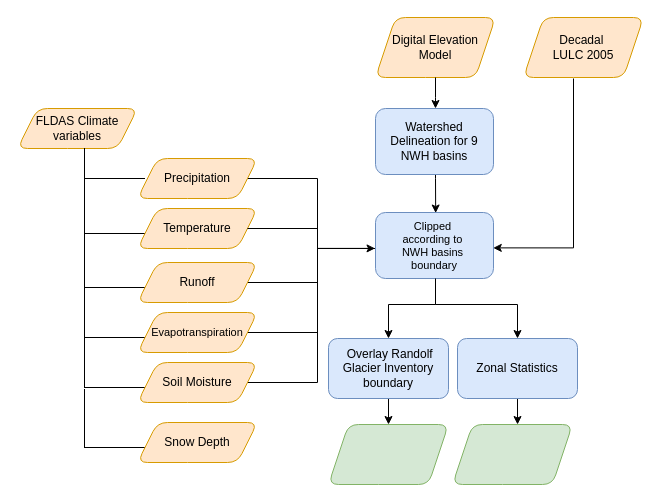
Before: NWH_Flowchart.drawio in rachitiirs/IIRS_WRD_JRF, a draw.io diagram. Source tidied: cells renumbered, new cells numbered last; positions are measured from the earlier drawing's top-left corner, leaving out a move shared by most shapes. Both pictures are drawn from the tidied source at 100%, with x=0, y=0 at pixel (17, 17).
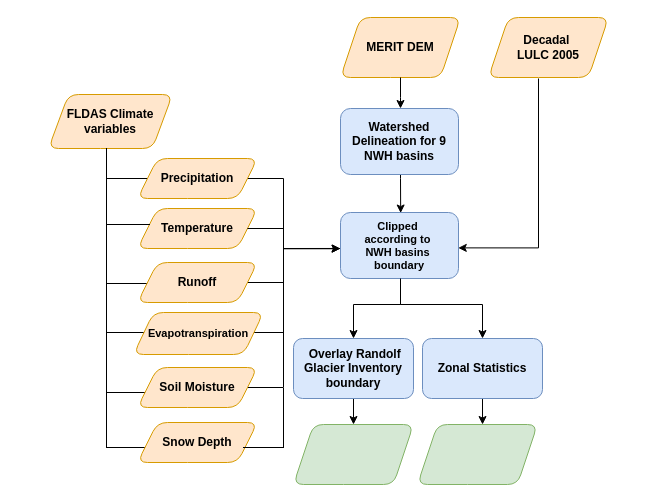
Above is the later version.

Diff of the diagram source:
```diff
@@
-    <mxCell id="2" value="FLDAS Climate variables" style="shape=parallelogram;perimeter=parallelogramPerimeter;whiteSpace=wrap;html=1;fixedSize=1;rounded=1;glass=0;strokeWidth=1;shadow=0;fillColor=#ffe6cc;strokeColor=#d79b00;" parent="1" vertex="1">
-      <mxGeometry y="91" width="120" height="40" as="geometry" />
+    <mxCell id="2" value="FLDAS Climate variables" style="shape=parallelogram;perimeter=parallelogramPerimeter;whiteSpace=wrap;html=1;fixedSize=1;rounded=1;glass=0;strokeWidth=1;shadow=0;fillColor=#ffe6cc;strokeColor=#d79b00;fontStyle=1;" parent="1" vertex="1">
+      <mxGeometry x="31" y="77" width="124" height="54" as="geometry" />
     </mxCell>
-    <mxCell id="3" style="shape=partialRectangle;whiteSpace=wrap;html=1;bottom=0;right=0;fillColor=none;rotation=-90;" parent="1" vertex="1">
-      <mxGeometry x="82" y="116" width="30" height="60" as="geometry" />
+    <mxCell id="3" style="shape=partialRectangle;whiteSpace=wrap;html=1;bottom=0;right=0;fillColor=none;rotation=-90;fontStyle=1;" parent="1" vertex="1">
+      <mxGeometry x="104" y="116" width="30" height="60" as="geometry" />
     </mxCell>
-    <mxCell id="4" style="edgeStyle=orthogonalEdgeStyle;rounded=0;jettySize=auto;html=1;entryX=0;entryY=0.5;entryDx=0;entryDy=0;" parent="1" edge="1" source="5">
+    <mxCell id="4" style="edgeStyle=orthogonalEdgeStyle;rounded=0;jettySize=auto;html=1;entryX=0;entryY=0.5;entryDx=0;entryDy=0;fontStyle=1;" parent="1" edge="1" source="5">
       <mxGeometry relative="1" as="geometry">
         <mxPoint x="368" y="231" as="targetPoint" />
         <Array as="points">
-          <mxPoint x="300" y="161" />
-          <mxPoint x="300" y="231" />
+          <mxPoint x="266" y="161" />
+          <mxPoint x="266" y="231" />
         </Array>
       </mxGeometry>
     </mxCell>
-    <mxCell id="5" value="Precipitation" style="shape=parallelogram;perimeter=parallelogramPerimeter;whiteSpace=wrap;html=1;fixedSize=1;rounded=1;glass=0;strokeWidth=1;shadow=0;fillColor=#ffe6cc;strokeColor=#d79b00;" parent="1" vertex="1">
+    <mxCell id="5" value="Precipitation" style="shape=parallelogram;perimeter=parallelogramPerimeter;whiteSpace=wrap;html=1;fixedSize=1;rounded=1;glass=0;strokeWidth=1;shadow=0;fillColor=#ffe6cc;strokeColor=#d79b00;fontStyle=1;" parent="1" vertex="1">
       <mxGeometry x="120" y="141" width="120" height="40" as="geometry" />
     </mxCell>
-    <mxCell id="6" style="shape=partialRectangle;whiteSpace=wrap;html=1;bottom=0;right=0;fillColor=none;rotation=-90;" parent="1" vertex="1">
-      <mxGeometry x="68" y="157" width="58" height="60" as="geometry" />
-    </mxCell>
-    <mxCell id="7" value="Temperature" style="shape=parallelogram;perimeter=parallelogramPerimeter;whiteSpace=wrap;html=1;fixedSize=1;rounded=1;glass=0;strokeWidth=1;shadow=0;fillColor=#ffe6cc;strokeColor=#d79b00;" parent="1" vertex="1">
+    <mxCell id="7" value="Temperature" style="shape=parallelogram;perimeter=parallelogramPerimeter;whiteSpace=wrap;html=1;fixedSize=1;rounded=1;glass=0;strokeWidth=1;shadow=0;fillColor=#ffe6cc;strokeColor=#d79b00;fontStyle=1;" parent="1" vertex="1">
       <mxGeometry x="120" y="191" width="120" height="40" as="geometry" />
     </mxCell>
-    <mxCell id="8" style="shape=partialRectangle;whiteSpace=wrap;html=1;bottom=0;right=0;fillColor=none;rotation=-90;" parent="1" vertex="1">
-      <mxGeometry x="68" y="211" width="58" height="60" as="geometry" />
+    <mxCell id="8" style="shape=partialRectangle;whiteSpace=wrap;html=1;bottom=0;right=0;fillColor=none;rotation=-90;fontStyle=1;" parent="1" vertex="1">
+      <mxGeometry x="90" y="207" width="58" height="60" as="geometry" />
     </mxCell>
-    <mxCell id="9" style="edgeStyle=orthogonalEdgeStyle;rounded=0;jettySize=auto;html=1;" parent="1" edge="1" source="10">
+    <mxCell id="9" style="edgeStyle=orthogonalEdgeStyle;rounded=0;jettySize=auto;html=1;fontStyle=1;" parent="1" edge="1" source="10">
       <mxGeometry relative="1" as="geometry">
         <mxPoint x="368" y="231" as="targetPoint" />
         <Array as="points">
-          <mxPoint x="300" y="265" />
-          <mxPoint x="300" y="231" />
+          <mxPoint x="266" y="265" />
+          <mxPoint x="266" y="231" />
         </Array>
       </mxGeometry>
     </mxCell>
-    <mxCell id="10" value="Runoff" style="shape=parallelogram;perimeter=parallelogramPerimeter;whiteSpace=wrap;html=1;fixedSize=1;rounded=1;glass=0;strokeWidth=1;shadow=0;fillColor=#ffe6cc;strokeColor=#d79b00;" parent="1" vertex="1">
+    <mxCell id="10" value="Runoff" style="shape=parallelogram;perimeter=parallelogramPerimeter;whiteSpace=wrap;html=1;fixedSize=1;rounded=1;glass=0;strokeWidth=1;shadow=0;fillColor=#ffe6cc;strokeColor=#d79b00;fontStyle=1;" parent="1" vertex="1">
       <mxGeometry x="120" y="245" width="120" height="40" as="geometry" />
     </mxCell>
-    <mxCell id="11" style="shape=partialRectangle;whiteSpace=wrap;html=1;bottom=0;right=0;fillColor=none;rotation=-90;" parent="1" vertex="1">
-      <mxGeometry x="68" y="261" width="58" height="60" as="geometry" />
+    <mxCell id="11" style="shape=partialRectangle;whiteSpace=wrap;html=1;bottom=0;right=0;fillColor=none;rotation=-90;fontStyle=1;" parent="1" vertex="1">
+      <mxGeometry x="90" y="256" width="58" height="60" as="geometry" />
     </mxCell>
-    <mxCell id="12" style="edgeStyle=orthogonalEdgeStyle;rounded=0;jettySize=auto;html=1;" parent="1" edge="1" source="13">
+    <mxCell id="12" style="edgeStyle=orthogonalEdgeStyle;rounded=0;jettySize=auto;html=1;fontStyle=1;entryX=-0.002;entryY=0.547;entryDx=0;entryDy=0;entryPerimeter=0;" parent="1" edge="1" source="13" target="30">
       <mxGeometry relative="1" as="geometry">
-        <mxPoint x="410" y="231" as="targetPoint" />
         <Array as="points">
-          <mxPoint x="300" y="315" />
-          <mxPoint x="300" y="231" />
+          <mxPoint x="266" y="315" />
+          <mxPoint x="266" y="231" />
         </Array>
       </mxGeometry>
     </mxCell>
-    <mxCell id="13" value="&lt;font style=&quot;font-size: 11px;&quot;&gt;Evapotranspiration&lt;/font&gt;" style="shape=parallelogram;perimeter=parallelogramPerimeter;whiteSpace=wrap;html=1;fixedSize=1;rounded=1;glass=0;strokeWidth=1;shadow=0;fillColor=#ffe6cc;strokeColor=#d79b00;" parent="1" vertex="1">
-      <mxGeometry x="120" y="295" width="120" height="40" as="geometry" />
+    <mxCell id="13" value="&lt;font style=&quot;font-size: 11px;&quot;&gt;Evapotranspiration&lt;/font&gt;" style="shape=parallelogram;perimeter=parallelogramPerimeter;whiteSpace=wrap;html=1;fixedSize=1;rounded=1;glass=0;strokeWidth=1;shadow=0;fillColor=#ffe6cc;strokeColor=#d79b00;fontStyle=1;" parent="1" vertex="1">
+      <mxGeometry x="116" y="295" width="130" height="42" as="geometry" />
     </mxCell>
-    <mxCell id="14" style="shape=partialRectangle;whiteSpace=wrap;html=1;bottom=0;right=0;fillColor=none;rotation=-90;" parent="1" vertex="1">
-      <mxGeometry x="68" y="311" width="58" height="60" as="geometry" />
+    <mxCell id="14" style="shape=partialRectangle;whiteSpace=wrap;html=1;bottom=0;right=0;fillColor=none;rotation=-90;fontStyle=1;" parent="1" vertex="1">
+      <mxGeometry x="86" y="312" width="66" height="60" as="geometry" />
     </mxCell>
-    <mxCell id="15" style="edgeStyle=orthogonalEdgeStyle;rounded=0;jettySize=auto;html=1;" parent="1" edge="1" source="16">
+    <mxCell id="15" style="edgeStyle=orthogonalEdgeStyle;rounded=0;jettySize=auto;html=1;fontStyle=1;entryX=-0.004;entryY=0.548;entryDx=0;entryDy=0;entryPerimeter=0;" parent="1" edge="1" source="16" target="30">
       <mxGeometry relative="1" as="geometry">
-        <mxPoint x="410" y="231" as="targetPoint" />
         <Array as="points">
-          <mxPoint x="300" y="365" />
-          <mxPoint x="300" y="231" />
+          <mxPoint x="266" y="370" />
+          <mxPoint x="266" y="231" />
         </Array>
       </mxGeometry>
     </mxCell>
-    <mxCell id="16" value="Soil Moisture" style="shape=parallelogram;perimeter=parallelogramPerimeter;whiteSpace=wrap;html=1;fixedSize=1;rounded=1;glass=0;strokeWidth=1;shadow=0;fillColor=#ffe6cc;strokeColor=#d79b00;" parent="1" vertex="1">
-      <mxGeometry x="120" y="345" width="120" height="40" as="geometry" />
+    <mxCell id="16" value="Soil Moisture" style="shape=parallelogram;perimeter=parallelogramPerimeter;whiteSpace=wrap;html=1;fixedSize=1;rounded=1;glass=0;strokeWidth=1;shadow=0;fillColor=#ffe6cc;strokeColor=#d79b00;fontStyle=1;" parent="1" vertex="1">
+      <mxGeometry x="120" y="350" width="120" height="40" as="geometry" />
     </mxCell>
-    <mxCell id="17" style="edgeStyle=orthogonalEdgeStyle;rounded=0;jettySize=auto;html=1;entryX=0.51;entryY=0.008;entryDx=0;entryDy=0;entryPerimeter=0;" parent="1" edge="1" target="30">
+    <mxCell id="17" style="edgeStyle=orthogonalEdgeStyle;rounded=0;jettySize=auto;html=1;entryX=0.51;entryY=0.008;entryDx=0;entryDy=0;entryPerimeter=0;fontStyle=1;" parent="1" edge="1" target="30">
       <mxGeometry relative="1" as="geometry">
-        <mxPoint x="418" y="141" as="sourcePoint" />
+        <mxPoint x="383" y="141" as="sourcePoint" />
         <Array as="points">
-          <mxPoint x="418" y="161" />
-          <mxPoint x="418" y="161" />
+          <mxPoint x="383" y="161" />
+          <mxPoint x="383" y="161" />
         </Array>
       </mxGeometry>
     </mxCell>
-    <mxCell id="18" style="edgeStyle=orthogonalEdgeStyle;rounded=0;jettySize=auto;html=1;entryX=0.5;entryY=0;entryDx=0;entryDy=0;" parent="1" edge="1" target="22">
+    <mxCell id="18" style="edgeStyle=orthogonalEdgeStyle;rounded=0;jettySize=auto;html=1;entryX=0.5;entryY=0;entryDx=0;entryDy=0;fontStyle=1;" parent="1" edge="1" target="22">
       <mxGeometry relative="1" as="geometry">
-        <mxPoint x="418" y="261" as="sourcePoint" />
+        <mxPoint x="383" y="261" as="sourcePoint" />
         <Array as="points">
-          <mxPoint x="418" y="287" />
-          <mxPoint x="500" y="287" />
+          <mxPoint x="383" y="287" />
+          <mxPoint x="465" y="287" />
         </Array>
       </mxGeometry>
     </mxCell>
-    <mxCell id="19" style="edgeStyle=orthogonalEdgeStyle;rounded=0;jettySize=auto;html=1;entryX=-0.004;entryY=0.544;entryDx=0;entryDy=0;entryPerimeter=0;exitX=1;exitY=0.5;exitDx=0;exitDy=0;" parent="1" edge="1" source="7" target="30">
+    <mxCell id="19" style="edgeStyle=orthogonalEdgeStyle;rounded=0;jettySize=auto;html=1;exitX=1;exitY=0.5;exitDx=0;exitDy=0;fontStyle=1;entryX=-0.003;entryY=0.545;entryDx=0;entryDy=0;entryPerimeter=0;" parent="1" edge="1" source="7" target="30">
       <mxGeometry relative="1" as="geometry">
         <Array as="points">
-          <mxPoint x="300" y="211" />
-          <mxPoint x="300" y="231" />
+          <mxPoint x="266" y="211" />
+          <mxPoint x="266" y="231" />
         </Array>
       </mxGeometry>
     </mxCell>
-    <mxCell id="20" style="shape=parallelogram;perimeter=parallelogramPerimeter;whiteSpace=wrap;html=1;fixedSize=1;rounded=1;glass=0;strokeWidth=1;shadow=0;fillColor=#d5e8d4;strokeColor=#82b366;" parent="1" vertex="1">
-      <mxGeometry x="435" y="407" width="120" height="60" as="geometry" />
+    <mxCell id="20" style="shape=parallelogram;perimeter=parallelogramPerimeter;whiteSpace=wrap;html=1;fixedSize=1;rounded=1;glass=0;strokeWidth=1;shadow=0;fillColor=#d5e8d4;strokeColor=#82b366;fontStyle=1;" parent="1" vertex="1">
+      <mxGeometry x="400" y="407" width="120" height="60" as="geometry" />
     </mxCell>
-    <mxCell id="21" style="edgeStyle=orthogonalEdgeStyle;rounded=0;jettySize=auto;html=1;entryX=0.542;entryY=0;entryDx=0;entryDy=0;entryPerimeter=0;" parent="1" edge="1" source="22" target="20">
+    <mxCell id="21" style="edgeStyle=orthogonalEdgeStyle;rounded=0;jettySize=auto;html=1;entryX=0.542;entryY=0;entryDx=0;entryDy=0;entryPerimeter=0;fontStyle=1;" parent="1" edge="1" source="22" target="20">
       <mxGeometry relative="1" as="geometry" />
     </mxCell>
-    <mxCell id="22" value="Zonal Statistics" style="whiteSpace=wrap;html=1;rounded=1;glass=0;strokeWidth=1;shadow=0;fillColor=#dae8fc;strokeColor=#6c8ebf;" parent="1" vertex="1">
-      <mxGeometry x="440" y="321" width="120" height="60" as="geometry" />
+    <mxCell id="22" value="Zonal Statistics" style="whiteSpace=wrap;html=1;rounded=1;glass=0;strokeWidth=1;shadow=0;fillColor=#dae8fc;strokeColor=#6c8ebf;fontStyle=1;" parent="1" vertex="1">
+      <mxGeometry x="405" y="321" width="120" height="60" as="geometry" />
     </mxCell>
-    <mxCell id="23" style="shape=partialRectangle;whiteSpace=wrap;html=1;bottom=0;right=0;fillColor=none;rotation=-90;" parent="1" vertex="1">
-      <mxGeometry x="68" y="371" width="58" height="60" as="geometry" />
+    <mxCell id="23" style="shape=partialRectangle;whiteSpace=wrap;html=1;bottom=0;right=0;fillColor=none;rotation=-90;fontStyle=1;" parent="1" vertex="1">
+      <mxGeometry x="90" y="371" width="58" height="60" as="geometry" />
     </mxCell>
-    <mxCell id="24" value="Snow Depth" style="shape=parallelogram;perimeter=parallelogramPerimeter;whiteSpace=wrap;html=1;fixedSize=1;rounded=1;glass=0;strokeWidth=1;shadow=0;fillColor=#ffe6cc;strokeColor=#d79b00;" parent="1" vertex="1">
+    <mxCell id="24" value="Snow Depth" style="shape=parallelogram;perimeter=parallelogramPerimeter;whiteSpace=wrap;html=1;fixedSize=1;rounded=1;glass=0;strokeWidth=1;shadow=0;fillColor=#ffe6cc;strokeColor=#d79b00;fontStyle=1;" parent="1" vertex="1">
       <mxGeometry x="120" y="405" width="120" height="40" as="geometry" />
     </mxCell>
-    <mxCell id="25" style="edgeStyle=orthogonalEdgeStyle;rounded=0;jettySize=auto;html=1;entryX=0.998;entryY=0.536;entryDx=0;entryDy=0;entryPerimeter=0;" parent="1" edge="1" target="30">
+    <mxCell id="25" style="edgeStyle=orthogonalEdgeStyle;rounded=0;jettySize=auto;html=1;entryX=0.998;entryY=0.536;entryDx=0;entryDy=0;entryPerimeter=0;fontStyle=1;" parent="1" edge="1" target="30">
       <mxGeometry relative="1" as="geometry">
-        <mxPoint x="556" y="61" as="sourcePoint" />
+        <mxPoint x="521" y="61" as="sourcePoint" />
         <Array as="points">
-          <mxPoint x="556" y="231" />
-          <mxPoint x="476" y="231" />
+          <mxPoint x="521" y="231" />
+          <mxPoint x="441" y="231" />
         </Array>
       </mxGeometry>
     </mxCell>
-    <mxCell id="26" style="shape=parallelogram;perimeter=parallelogramPerimeter;whiteSpace=wrap;html=1;fixedSize=1;rounded=1;glass=0;strokeWidth=1;shadow=0;fillColor=#d5e8d4;strokeColor=#82b366;" parent="1" vertex="1">
-      <mxGeometry x="311" y="407" width="120" height="60" as="geometry" />
+    <mxCell id="26" style="shape=parallelogram;perimeter=parallelogramPerimeter;whiteSpace=wrap;html=1;fixedSize=1;rounded=1;glass=0;strokeWidth=1;shadow=0;fillColor=#d5e8d4;strokeColor=#82b366;fontStyle=1;" parent="1" vertex="1">
+      <mxGeometry x="276" y="407" width="120" height="60" as="geometry" />
     </mxCell>
-    <mxCell id="27" value="Digital Elevation Model" style="shape=parallelogram;perimeter=parallelogramPerimeter;whiteSpace=wrap;html=1;fixedSize=1;rounded=1;glass=0;strokeWidth=1;shadow=0;fillColor=#ffe6cc;strokeColor=#d79b00;" parent="1" vertex="1">
-      <mxGeometry x="358" width="120" height="60" as="geometry" />
+    <mxCell id="27" value="&lt;div&gt;MERIT DEM&lt;/div&gt;" style="shape=parallelogram;perimeter=parallelogramPerimeter;whiteSpace=wrap;html=1;fixedSize=1;rounded=1;glass=0;strokeWidth=1;shadow=0;fillColor=#ffe6cc;strokeColor=#d79b00;fontStyle=1;" parent="1" vertex="1">
+      <mxGeometry x="323" width="120" height="60" as="geometry" />
     </mxCell>
-    <mxCell id="28" style="edgeStyle=orthogonalEdgeStyle;rounded=0;jettySize=auto;html=1;entryX=0.592;entryY=-0.067;entryDx=0;entryDy=0;entryPerimeter=0;" parent="1" edge="1" source="27">
+    <mxCell id="28" style="edgeStyle=orthogonalEdgeStyle;rounded=0;jettySize=auto;html=1;entryX=0.592;entryY=-0.067;entryDx=0;entryDy=0;entryPerimeter=0;fontStyle=1;" parent="1" edge="1" source="27">
       <mxGeometry relative="1" as="geometry">
-        <mxPoint x="418" y="91" as="targetPoint" />
+        <mxPoint x="383" y="91" as="targetPoint" />
       </mxGeometry>
     </mxCell>
-    <mxCell id="29" value="Watershed Delineation for 9 NWH basins" style="rounded=1;whiteSpace=wrap;html=1;fontSize=12;glass=0;strokeWidth=1;shadow=0;fillColor=#dae8fc;strokeColor=#6c8ebf;" parent="1" vertex="1">
-      <mxGeometry x="358" y="91" width="118" height="66" as="geometry" />
+    <mxCell id="29" value="Watershed Delineation for 9 NWH basins" style="rounded=1;whiteSpace=wrap;html=1;fontSize=12;glass=0;strokeWidth=1;shadow=0;fillColor=#dae8fc;strokeColor=#6c8ebf;fontStyle=1;" parent="1" vertex="1">
+      <mxGeometry x="323" y="91" width="118" height="66" as="geometry" />
     </mxCell>
-    <mxCell id="30" value="&lt;font style=&quot;font-size: 11px;&quot;&gt;Clipped&amp;nbsp;&lt;/font&gt;&lt;div style=&quot;font-size: 11px;&quot;&gt;according to&amp;nbsp;&lt;/div&gt;&lt;div style=&quot;font-size: 11px;&quot;&gt;NWH basins&amp;nbsp;&lt;/div&gt;&lt;div style=&quot;font-size: 11px;&quot;&gt;boundary&lt;/div&gt;" style="rounded=1;whiteSpace=wrap;html=1;fontSize=12;glass=0;strokeWidth=1;shadow=0;fillColor=#dae8fc;strokeColor=#6c8ebf;" parent="1" vertex="1">
-      <mxGeometry x="358" y="195" width="118" height="66" as="geometry" />
+    <mxCell id="30" value="&lt;font style=&quot;font-size: 11px;&quot;&gt;Clipped&amp;nbsp;&lt;/font&gt;&lt;div style=&quot;font-size: 11px;&quot;&gt;according to&amp;nbsp;&lt;/div&gt;&lt;div style=&quot;font-size: 11px;&quot;&gt;NWH basins&amp;nbsp;&lt;/div&gt;&lt;div style=&quot;font-size: 11px;&quot;&gt;boundary&lt;/div&gt;" style="rounded=1;whiteSpace=wrap;html=1;fontSize=12;glass=0;strokeWidth=1;shadow=0;fillColor=#dae8fc;strokeColor=#6c8ebf;fontStyle=1;" parent="1" vertex="1">
+      <mxGeometry x="323" y="195" width="118" height="66" as="geometry" />
     </mxCell>
-    <mxCell id="31" style="edgeStyle=orthogonalEdgeStyle;rounded=0;jettySize=auto;html=1;entryX=0.5;entryY=0;entryDx=0;entryDy=0;exitX=0.5;exitY=1;exitDx=0;exitDy=0;" parent="1" edge="1" target="33">
+    <mxCell id="31" style="edgeStyle=orthogonalEdgeStyle;rounded=0;jettySize=auto;html=1;entryX=0.5;entryY=0;entryDx=0;entryDy=0;exitX=0.5;exitY=1;exitDx=0;exitDy=0;fontStyle=1;" parent="1" edge="1" target="33">
       <mxGeometry relative="1" as="geometry">
-        <mxPoint x="418" y="261" as="sourcePoint" />
+        <mxPoint x="383" y="261" as="sourcePoint" />
         <Array as="points">
-          <mxPoint x="418" y="287" />
+          <mxPoint x="383" y="287" />
         </Array>
       </mxGeometry>
     </mxCell>
-    <mxCell id="32" style="edgeStyle=orthogonalEdgeStyle;rounded=0;jettySize=auto;html=1;exitX=0.5;exitY=1;exitDx=0;exitDy=0;entryX=0.5;entryY=0;entryDx=0;entryDy=0;" parent="1" edge="1" source="33" target="26">
+    <mxCell id="32" style="edgeStyle=orthogonalEdgeStyle;rounded=0;jettySize=auto;html=1;exitX=0.5;exitY=1;exitDx=0;exitDy=0;entryX=0.5;entryY=0;entryDx=0;entryDy=0;fontStyle=1;" parent="1" edge="1" source="33" target="26">
       <mxGeometry relative="1" as="geometry" />
     </mxCell>
-    <mxCell id="33" value="&amp;nbsp;Overlay Randolf Glacier Inventory boundary" style="whiteSpace=wrap;html=1;rounded=1;glass=0;strokeWidth=1;shadow=0;fillColor=#dae8fc;strokeColor=#6c8ebf;" parent="1" vertex="1">
-      <mxGeometry x="311" y="321" width="120" height="60" as="geometry" />
+    <mxCell id="33" value="&amp;nbsp;Overlay Randolf Glacier Inventory boundary" style="whiteSpace=wrap;html=1;rounded=1;glass=0;strokeWidth=1;shadow=0;fillColor=#dae8fc;strokeColor=#6c8ebf;fontStyle=1;" parent="1" vertex="1">
+      <mxGeometry x="276" y="321" width="120" height="60" as="geometry" />
     </mxCell>
-    <mxCell id="34" value="Decadal&amp;nbsp;&lt;div&gt;LULC 2005&lt;/div&gt;" style="shape=parallelogram;perimeter=parallelogramPerimeter;whiteSpace=wrap;html=1;fixedSize=1;rounded=1;glass=0;strokeWidth=1;shadow=0;fillColor=#ffe6cc;strokeColor=#d79b00;" parent="1" vertex="1">
-      <mxGeometry x="506" width="120" height="60" as="geometry" />
+    <mxCell id="34" value="Decadal&amp;nbsp;&lt;div&gt;LULC 2005&lt;/div&gt;" style="shape=parallelogram;perimeter=parallelogramPerimeter;whiteSpace=wrap;html=1;fixedSize=1;rounded=1;glass=0;strokeWidth=1;shadow=0;fillColor=#ffe6cc;strokeColor=#d79b00;fontStyle=1;" parent="1" vertex="1">
+      <mxGeometry x="471" width="120" height="60" as="geometry" />
     </mxCell>
+    <mxCell id="35" style="shape=partialRectangle;whiteSpace=wrap;html=1;bottom=0;right=0;fillColor=none;rotation=-90;fontStyle=1;" parent="1" vertex="1">
+      <mxGeometry x="86" y="161" width="49" height="43" as="geometry" />
+    </mxCell>
+    <mxCell id="36" style="shape=partialRectangle;whiteSpace=wrap;html=1;bottom=0;right=0;fillColor=none;rotation=-180;fontStyle=1;" parent="1" vertex="1">
+      <mxGeometry x="226" y="371" width="40" height="59" as="geometry" />
+    </mxCell>
+    <mxCell id="37" style="edgeStyle=orthogonalEdgeStyle;rounded=0;orthogonalLoop=1;jettySize=auto;html=1;exitX=0.5;exitY=0;exitDx=0;exitDy=0;entryX=0.485;entryY=0;entryDx=0;entryDy=0;entryPerimeter=0;" parent="1" edge="1" source="36" target="36">
+      <mxGeometry relative="1" as="geometry" />
+    </mxCell>
```
